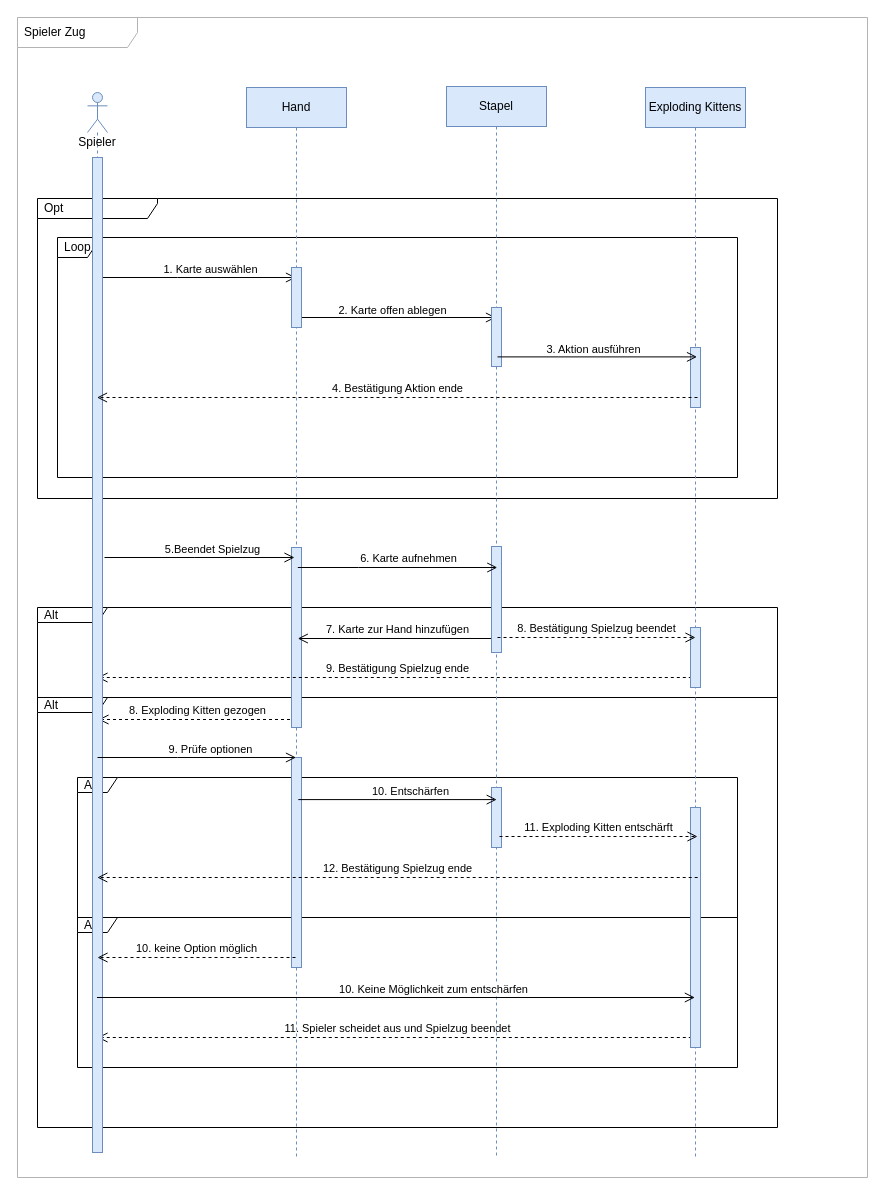
anuerk/se_exploding_kittens keeps this draw.io diagram as sequence_diagram/diagram/workspace/sequence.drawio. Above is the earlier version. Source tidied: cells renumbered, new cells numbered last; positions are measured from the earlier drawing's top-left corner, leaving out a move shared by most shapes. Both pictures are drawn from the tidied source at 100%, with x=0, y=0 at pixel (17, 17).
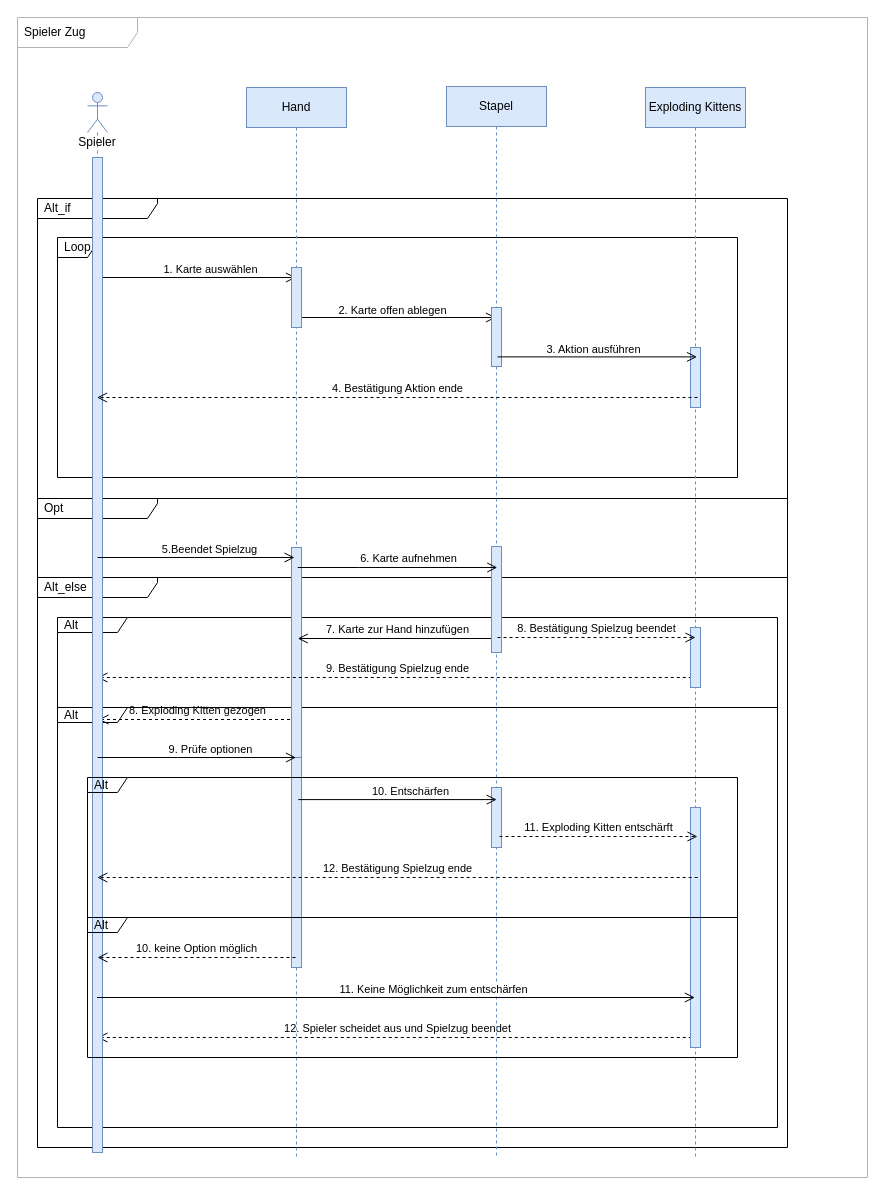
The same page after the edit.

Unchanged cells that the change refers to:
```xml
<mxCell id="12" value="Hand" style="shape=umlLifeline;perimeter=lifelinePerimeter;whiteSpace=wrap;html=1;outlineConnect=0;rounded=0;labelBackgroundColor=none;fillColor=#dae8fc;strokeColor=#6c8ebf;" parent="1" vertex="1">
  <mxGeometry x="229" y="70" width="100" height="1070" as="geometry" />
</mxCell>
<mxCell id="47" style="endArrow=open;startArrow=none;endFill=0;startFill=0;endSize=8;html=1;verticalAlign=bottom;labelBackgroundColor=none;strokeWidth=1;rounded=0;" parent="1" edge="1" source="31">
  <mxGeometry relative="1" as="geometry">
    <mxPoint x="677.4" y="980" as="targetPoint" />
    <Array as="points">
      <mxPoint x="360.6" y="980" />
    </Array>
  </mxGeometry>
</mxCell>
```

Diff of the diagram source:
```diff
@@
+    <mxCell id="50" value="Opt" style="shape=umlFrame;whiteSpace=wrap;html=1;width=120;height=20;boundedLbl=1;verticalAlign=middle;align=left;spacingLeft=5;rounded=0;labelBackgroundColor=none;strokeColor=default;fillColor=none;gradientColor=none;" parent="1" vertex="1">
+      <mxGeometry x="20" y="481" width="750" height="79" as="geometry" />
+    </mxCell>
@@
+    <mxCell id="51" value="Alt_else" style="shape=umlFrame;whiteSpace=wrap;html=1;width=120;height=20;boundedLbl=1;verticalAlign=middle;align=left;spacingLeft=5;rounded=0;labelBackgroundColor=none;strokeColor=default;fillColor=none;gradientColor=none;" parent="1" vertex="1">
+      <mxGeometry x="20" y="560" width="750" height="570" as="geometry" />
+    </mxCell>
     <mxCell id="3" value="Alt" style="shape=umlFrame;whiteSpace=wrap;html=1;width=70;height=15;boundedLbl=1;verticalAlign=middle;align=left;spacingLeft=5;rounded=0;labelBackgroundColor=none;strokeColor=default;fillColor=none;gradientColor=none;" parent="1" vertex="1">
-      <mxGeometry x="20" y="680" width="740" height="430" as="geometry" />
+      <mxGeometry x="40" y="690" width="720" height="420" as="geometry" />
     </mxCell>
-    <mxCell id="4" value="Alt" style="shape=umlFrame;whiteSpace=wrap;html=1;width=40;height=15;boundedLbl=1;verticalAlign=middle;align=left;spacingLeft=5;rounded=0;labelBackgroundColor=none;strokeColor=default;fillColor=none;gradientColor=none;" parent="1" vertex="1">
-      <mxGeometry x="60" y="900" width="660" height="150" as="geometry" />
-    </mxCell>
-    <mxCell id="5" value="Alt" style="shape=umlFrame;whiteSpace=wrap;html=1;width=40;height=15;boundedLbl=1;verticalAlign=middle;align=left;spacingLeft=5;rounded=0;labelBackgroundColor=none;strokeColor=default;fillColor=none;gradientColor=none;" parent="1" vertex="1">
-      <mxGeometry x="60" y="760" width="660" height="140" as="geometry" />
-    </mxCell>
@@
     <mxCell id="7" value="Alt" style="shape=umlFrame;whiteSpace=wrap;html=1;width=70;height=15;boundedLbl=1;verticalAlign=middle;align=left;spacingLeft=5;rounded=0;labelBackgroundColor=none;strokeColor=default;fillColor=none;gradientColor=none;" parent="1" vertex="1">
-      <mxGeometry x="20" y="590" width="740" height="90" as="geometry" />
+      <mxGeometry x="40" y="600" width="720" height="90" as="geometry" />
     </mxCell>
@@
-    <mxCell id="9" value="Opt" style="shape=umlFrame;whiteSpace=wrap;html=1;width=120;height=20;boundedLbl=1;verticalAlign=middle;align=left;spacingLeft=5;rounded=0;labelBackgroundColor=none;strokeColor=default;fillColor=none;gradientColor=none;" parent="1" vertex="1">
-      <mxGeometry x="20" y="181" width="740" height="300" as="geometry" />
+    <mxCell id="9" value="Alt_if" style="shape=umlFrame;whiteSpace=wrap;html=1;width=120;height=20;boundedLbl=1;verticalAlign=middle;align=left;spacingLeft=5;rounded=0;labelBackgroundColor=none;strokeColor=default;fillColor=none;gradientColor=none;" parent="1" vertex="1">
+      <mxGeometry x="20" y="181" width="750" height="300" as="geometry" />
     </mxCell>
@@
     <mxCell id="16" style="rounded=0;whiteSpace=wrap;html=1;labelBackgroundColor=none;strokeColor=#6c8ebf;fillColor=#dae8fc;" parent="12" vertex="1">
-      <mxGeometry x="45" y="460" width="10" height="180" as="geometry" />
+      <mxGeometry x="45" y="460" width="10" height="210" as="geometry" />
     </mxCell>
@@
-    <mxCell id="19" value="11. Spieler scheidet aus und Spielzug beendet" style="endArrow=open;startArrow=none;endFill=0;startFill=0;endSize=8;html=1;verticalAlign=bottom;labelBackgroundColor=none;rounded=0;dashed=1;" parent="12" edge="1">
+    <mxCell id="19" value="12. Spieler scheidet aus und Spielzug beendet" style="endArrow=open;startArrow=none;endFill=0;startFill=0;endSize=8;html=1;verticalAlign=bottom;labelBackgroundColor=none;rounded=0;dashed=1;" parent="12" edge="1">
       <mxGeometry relative="1" as="geometry">
         <mxPoint x="451.3" y="950" as="sourcePoint" />
         <mxPoint x="-149" y="950" as="targetPoint" />
       </mxGeometry>
     </mxCell>
@@
     <mxCell id="33" style="endArrow=open;startArrow=none;endFill=0;startFill=0;endSize=8;html=1;verticalAlign=bottom;labelBackgroundColor=none;strokeWidth=1;rounded=0;" parent="1" edge="1">
       <mxGeometry relative="1" as="geometry">
-        <mxPoint x="87" y="540" as="sourcePoint" />
+        <mxPoint x="80" y="540" as="sourcePoint" />
         <mxPoint x="277" y="540" as="targetPoint" />
         <Array as="points">
           <mxPoint x="177.3" y="540" />
         </Array>
       </mxGeometry>
     </mxCell>
@@
-    <mxCell id="48" value="10. Keine Möglichkeit zum entschärfen" style="edgeLabel;html=1;align=center;verticalAlign=middle;" parent="47" vertex="1">
+    <mxCell id="48" value="11. Keine Möglichkeit zum entschärfen" style="edgeLabel;html=1;align=center;verticalAlign=middle;" parent="47" vertex="1">
       <mxGeometry x="0.12" y="9" relative="1" as="geometry">
         <mxPoint x="1" as="offset" />
       </mxGeometry>
     </mxCell>
@@
+    <mxCell id="4" value="Alt" style="shape=umlFrame;whiteSpace=wrap;html=1;width=40;height=15;boundedLbl=1;verticalAlign=middle;align=left;spacingLeft=5;rounded=0;labelBackgroundColor=none;strokeColor=default;fillColor=none;gradientColor=none;" parent="1" vertex="1">
+      <mxGeometry x="70" y="900" width="650" height="140" as="geometry" />
+    </mxCell>
+    <mxCell id="5" value="Alt" style="shape=umlFrame;whiteSpace=wrap;html=1;width=40;height=15;boundedLbl=1;verticalAlign=middle;align=left;spacingLeft=5;rounded=0;labelBackgroundColor=none;strokeColor=default;fillColor=none;gradientColor=none;" parent="1" vertex="1">
+      <mxGeometry x="70" y="760" width="650" height="140" as="geometry" />
+    </mxCell>
```
